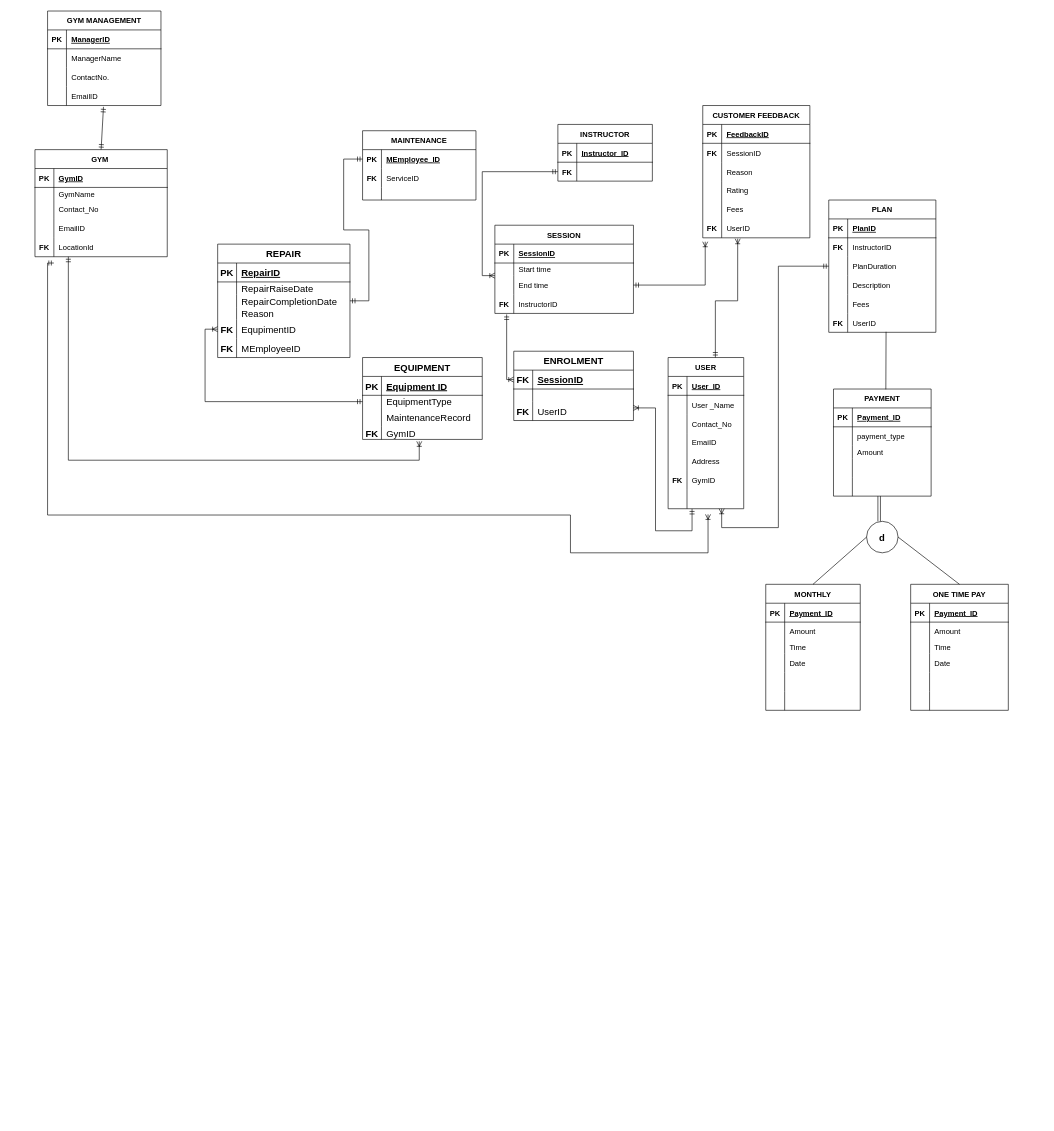
Before: Gym_Management_ERD.drawio in Tharunip/DAMG6210_PROJECT11, a draw.io diagram. Source tidied: cells renumbered, new cells numbered last; positions are measured from the earlier drawing's top-left corner, leaving out a move shared by most shapes. Both pictures are drawn from the tidied source at 63%, with x=0, y=0 at pixel (35, 11).
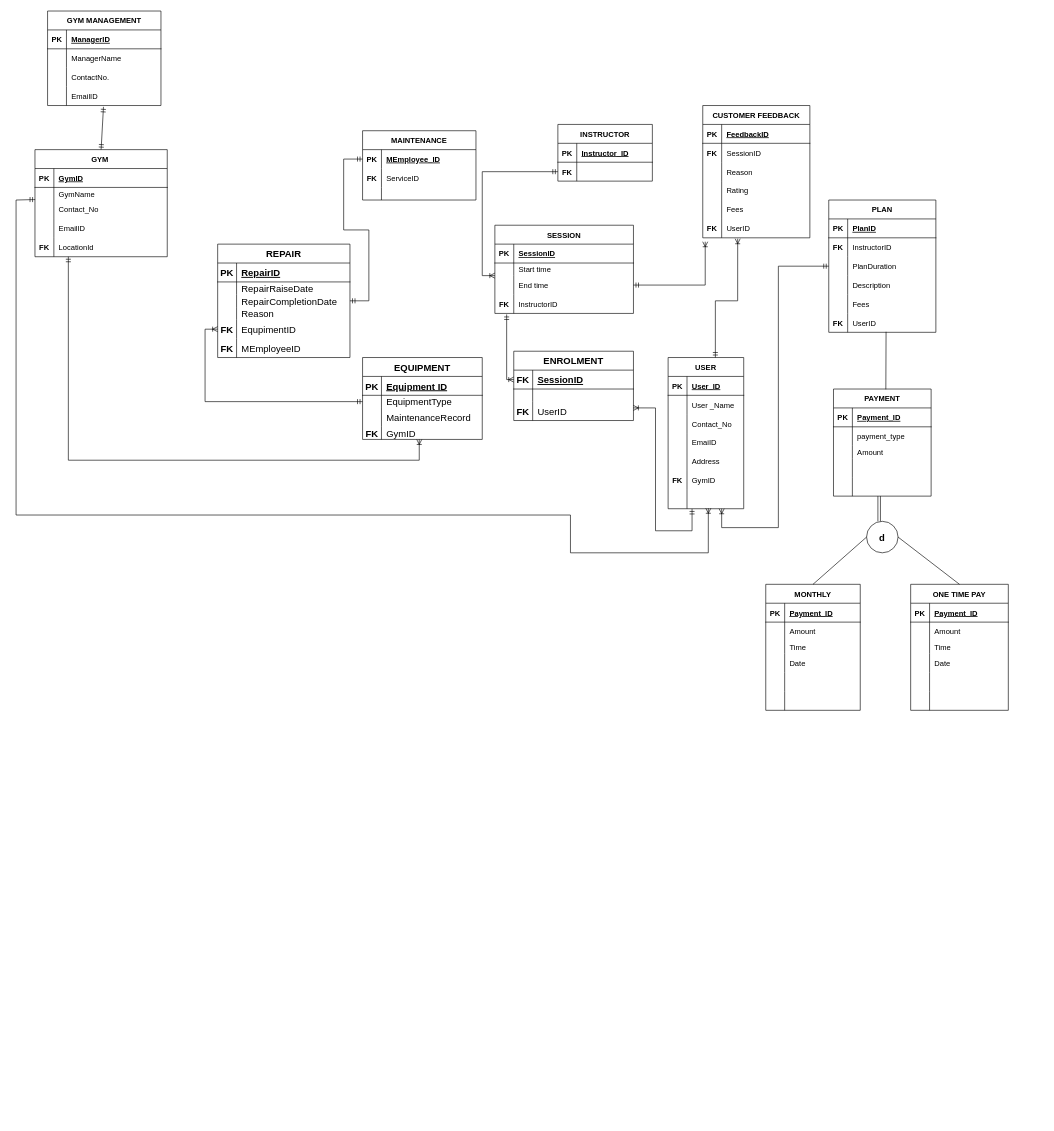
The same page after the edit.

Unchanged cells that the change refers to:
```xml
<mxCell id="9" style="shape=tableRow;horizontal=0;startSize=0;swimlaneHead=0;swimlaneBody=0;fillColor=none;points=[[0,0.5],[1,0.5]];portConstraint=eastwest;top=0;left=0;right=0;bottom=0;" parent="2" vertex="1">
  <mxGeometry y="80" width="210" height="30" as="geometry" />
</mxCell>
<mxCell id="57" style="shape=tableRow;horizontal=0;startSize=0;swimlaneHead=0;swimlaneBody=0;fillColor=none;points=[[0,0.5],[1,0.5]];portConstraint=eastwest;top=0;left=0;right=0;bottom=0;" parent="38" vertex="1">
  <mxGeometry y="210" width="120" height="30" as="geometry" />
</mxCell>
```

Diff of the diagram source:
```diff
@@
     <mxCell id="221" style="fontSize=12;html=1;endArrow=ERoneToMany;startArrow=ERmandOne;rounded=0;elbow=vertical;edgeStyle=orthogonalEdgeStyle;" parent="1" edge="1">
       <mxGeometry relative="1" as="geometry">
         <mxPoint x="53" y="390" as="sourcePoint" />
-        <mxPoint x="610" y="683" as="targetPoint" />
+        <mxPoint x="610" y="680" as="targetPoint" />
         <Array as="points">
           <mxPoint x="53" y="713" />
           <mxPoint x="610" y="713" />
         </Array>
       </mxGeometry>
     </mxCell>
@@
-    <mxCell id="223" style="fontSize=12;html=1;endArrow=ERoneToMany;startArrow=ERmandOne;rounded=0;elbow=vertical;edgeStyle=orthogonalEdgeStyle;entryX=0.528;entryY=1.299;entryDx=0;entryDy=0;entryPerimeter=0;" parent="1" edge="1" target="57">
+    <mxCell id="223" style="fontSize=12;html=1;endArrow=ERoneToMany;startArrow=ERmandOne;rounded=0;elbow=vertical;edgeStyle=orthogonalEdgeStyle;entryX=0.532;entryY=0.975;entryDx=0;entryDy=0;entryPerimeter=0;exitX=0.001;exitY=-0.023;exitDx=0;exitDy=0;exitPerimeter=0;" parent="1" edge="1" source="9" target="57">
       <mxGeometry relative="1" as="geometry">
-        <mxPoint x="30" y="400" as="sourcePoint" />
         <Array as="points">
-          <mxPoint x="20" y="400" />
-          <mxPoint x="20" y="800" />
+          <mxPoint x="-2" y="299" />
+          <mxPoint x="-30" y="300" />
+          <mxPoint x="-30" y="800" />
           <mxPoint x="850" y="800" />
           <mxPoint x="850" y="860" />
-          <mxPoint x="1068" y="860" />
+          <mxPoint x="1069" y="860" />
         </Array>
       </mxGeometry>
     </mxCell>
```
